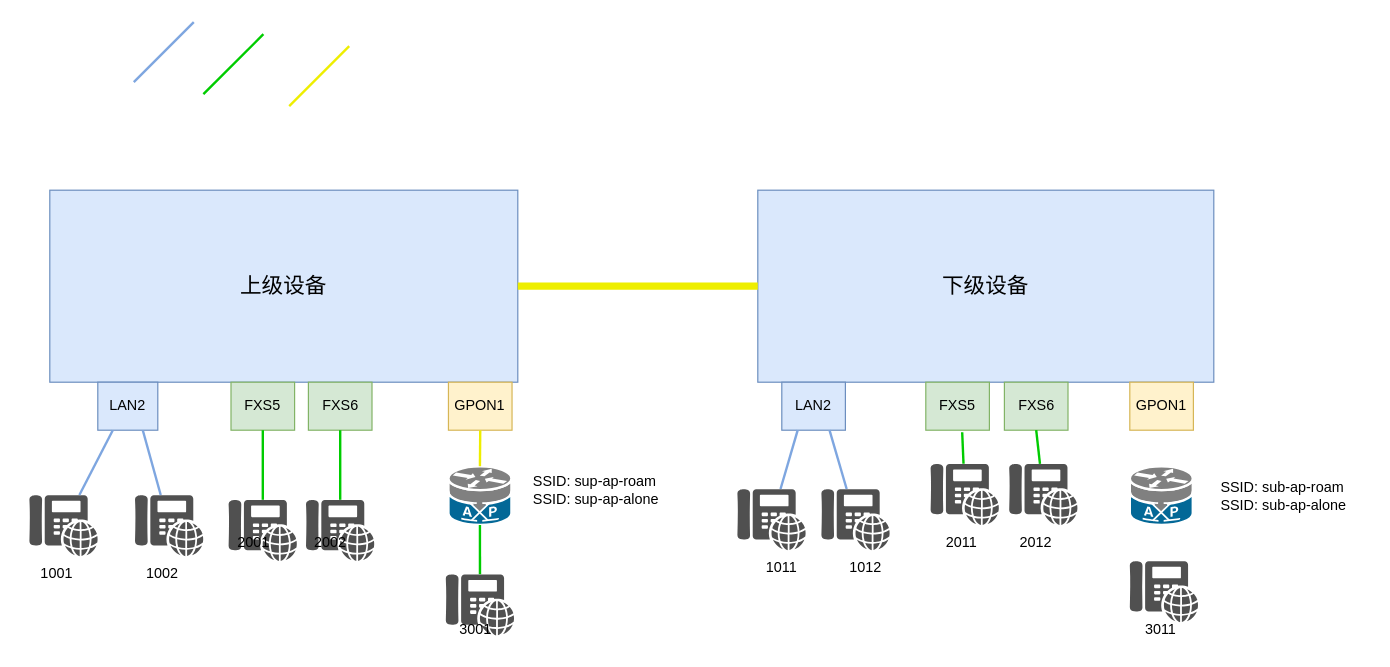
Earlier version of the draw.io diagram page "cascade_pbx_topo" (2 of 2) of f5g_mt7988.drawio (waterwatermelon/graph). Source tidied: cells renumbered, new cells numbered last; positions are measured from the earlier drawing's top-left corner, leaving out a move shared by most shapes. Both pictures are drawn from the tidied source at 120%, with x=0, y=0 at pixel (20, 22).
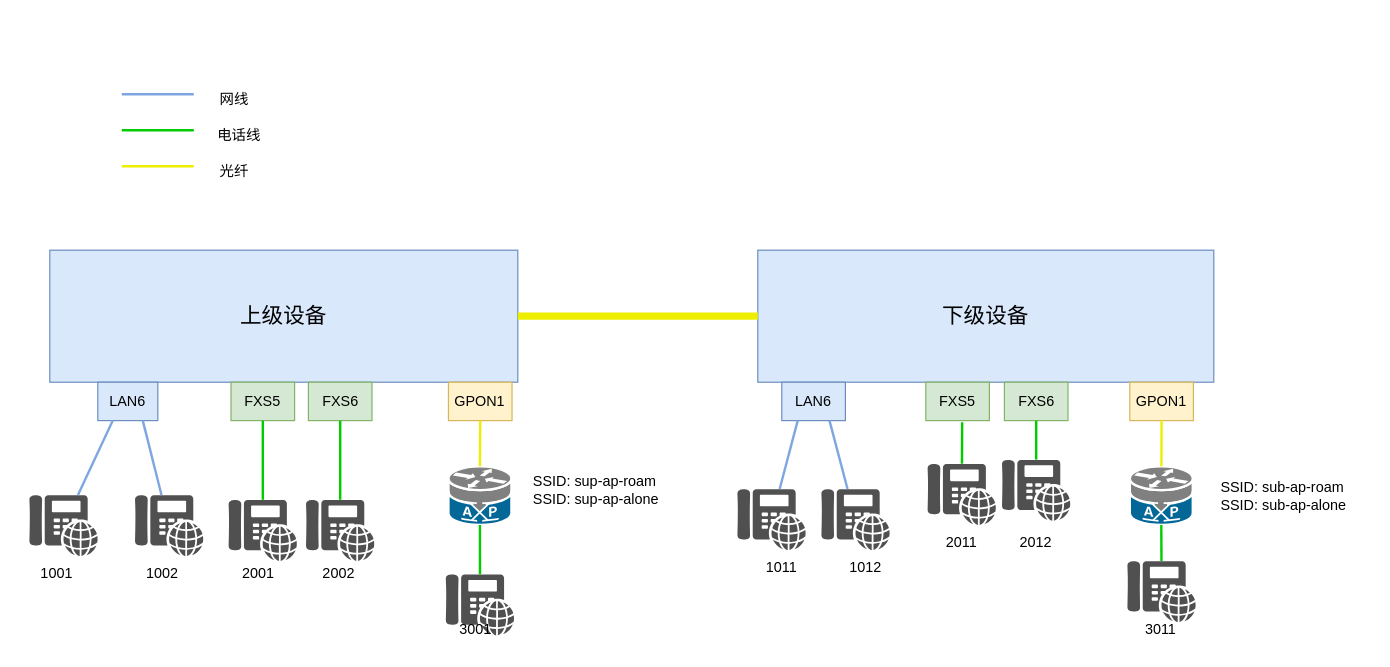
After the change.

Unchanged cells that the change refers to:
```xml
<mxCell id="15" style="shape=mxgraph.cisco.misc.axp;sketch=0;html=1;dashed=0;fillColor=#036897;strokeColor=#ffffff;strokeWidth=2;verticalLabelPosition=bottom;verticalAlign=top;align=center;outlineConnect=0;" parent="1" vertex="1">
  <mxGeometry x="924" y="370" width="52.5" height="49" as="geometry" />
</mxCell>
```

What changed in the source:
```diff
@@
     <mxCell id="2" value="&lt;font style=&quot;font-size: 18px;&quot;&gt;上级设备&lt;/font&gt;" style="rounded=0;whiteSpace=wrap;html=1;fillColor=#dae8fc;strokeColor=#6c8ebf;" parent="1" vertex="1">
-      <mxGeometry x="24" y="140" width="390" height="160" as="geometry" />
+      <mxGeometry x="24" y="190" width="390" height="110" as="geometry" />
     </mxCell>
     <mxCell id="3" value="&lt;font style=&quot;font-size: 18px;&quot;&gt;下级设备&lt;/font&gt;" style="rounded=0;whiteSpace=wrap;html=1;fillColor=#dae8fc;strokeColor=#6c8ebf;" parent="1" vertex="1">
-      <mxGeometry x="614" y="140" width="380" height="160" as="geometry" />
+      <mxGeometry x="614" y="190" width="380" height="110" as="geometry" />
     </mxCell>
@@
     <mxCell id="6" style="sketch=0;shadow=0;dashed=0;html=1;strokeColor=none;fillColor=#505050;labelPosition=center;verticalLabelPosition=bottom;verticalAlign=top;outlineConnect=0;align=center;shape=mxgraph.office.devices.phone_voip;" parent="1" vertex="1">
-      <mxGeometry x="758" y="368" width="57" height="51" as="geometry" />
+      <mxGeometry x="755.5" y="368" width="57" height="51" as="geometry" />
     </mxCell>
@@
     <mxCell id="8" style="sketch=0;shadow=0;dashed=0;html=1;strokeColor=none;fillColor=#505050;labelPosition=center;verticalLabelPosition=bottom;verticalAlign=top;outlineConnect=0;align=center;shape=mxgraph.office.devices.phone_voip;" parent="1" vertex="1">
-      <mxGeometry x="924" y="449" width="57" height="51" as="geometry" />
+      <mxGeometry x="922" y="449" width="57" height="51" as="geometry" />
     </mxCell>
@@
-    <mxCell id="10" value="LAN2" style="rounded=0;whiteSpace=wrap;html=1;fillColor=#dae8fc;strokeColor=#6c8ebf;" parent="1" vertex="1">
-      <mxGeometry x="64" y="300" width="50" height="40" as="geometry" />
+    <mxCell id="10" value="LAN6" style="rounded=0;whiteSpace=wrap;html=1;fillColor=#dae8fc;strokeColor=#6c8ebf;" parent="1" vertex="1">
+      <mxGeometry x="64" y="300" width="50" height="32" as="geometry" />
     </mxCell>
     <mxCell id="11" value="FXS5" style="rounded=0;whiteSpace=wrap;html=1;fillColor=#d5e8d4;strokeColor=#82b366;" parent="1" vertex="1">
-      <mxGeometry x="175" y="300" width="53" height="40" as="geometry" />
+      <mxGeometry x="175" y="300" width="53" height="32" as="geometry" />
     </mxCell>
-    <mxCell id="12" value="LAN2" style="rounded=0;whiteSpace=wrap;html=1;fillColor=#dae8fc;strokeColor=#6c8ebf;" parent="1" vertex="1">
-      <mxGeometry x="634" y="300" width="53" height="40" as="geometry" />
+    <mxCell id="12" value="LAN6" style="rounded=0;whiteSpace=wrap;html=1;fillColor=#dae8fc;strokeColor=#6c8ebf;" parent="1" vertex="1">
+      <mxGeometry x="634" y="300" width="53" height="32" as="geometry" />
     </mxCell>
     <mxCell id="13" value="FXS5" style="rounded=0;whiteSpace=wrap;html=1;fillColor=#d5e8d4;strokeColor=#82b366;" parent="1" vertex="1">
-      <mxGeometry x="754" y="300" width="53" height="40" as="geometry" />
+      <mxGeometry x="754" y="300" width="53" height="32" as="geometry" />
     </mxCell>
     <mxCell id="14" value="GPON1" style="rounded=0;whiteSpace=wrap;html=1;fillColor=#fff2cc;strokeColor=#d6b656;" parent="1" vertex="1">
-      <mxGeometry x="356.2" y="300" width="53" height="40" as="geometry" />
+      <mxGeometry x="356.2" y="300" width="53" height="32" as="geometry" />
     </mxCell>
@@
     <mxCell id="16" value="GPON1" style="rounded=0;whiteSpace=wrap;html=1;fillColor=#fff2cc;strokeColor=#d6b656;" parent="1" vertex="1">
-      <mxGeometry x="924" y="300" width="53" height="40" as="geometry" />
+      <mxGeometry x="924" y="300" width="53" height="32" as="geometry" />
     </mxCell>
@@
     <mxCell id="18" style="endArrow=none;html=1;rounded=0;strokeColor=#7EA6E0;strokeWidth=2;" parent="1" edge="1">
       <mxGeometry relative="1" as="geometry">
-        <mxPoint x="94" y="50" as="sourcePoint" />
-        <mxPoint x="144" as="targetPoint" />
+        <mxPoint x="84" y="60" as="sourcePoint" />
+        <mxPoint x="144" y="60" as="targetPoint" />
       </mxGeometry>
     </mxCell>
     <mxCell id="19" style="endArrow=none;html=1;rounded=0;strokeColor=#00CC00;strokeWidth=2;" parent="1" edge="1">
       <mxGeometry relative="1" as="geometry">
-        <mxPoint x="152" y="60" as="sourcePoint" />
-        <mxPoint x="202" y="10" as="targetPoint" />
+        <mxPoint x="84" y="90" as="sourcePoint" />
+        <mxPoint x="144" y="90" as="targetPoint" />
       </mxGeometry>
     </mxCell>
@@
     <mxCell id="21" value="2001" style="text;html=1;align=center;verticalAlign=middle;whiteSpace=wrap;rounded=0;" parent="1" vertex="1">
-      <mxGeometry x="163.5" y="419" width="60" height="30" as="geometry" />
+      <mxGeometry x="168" y="445" width="60" height="30" as="geometry" />
     </mxCell>
@@
     <mxCell id="23" value="FXS6" style="rounded=0;whiteSpace=wrap;html=1;fillColor=#d5e8d4;strokeColor=#82b366;" parent="1" vertex="1">
-      <mxGeometry x="239.5" y="300" width="53" height="40" as="geometry" />
+      <mxGeometry x="239.5" y="300" width="53" height="32" as="geometry" />
     </mxCell>
     <mxCell id="24" value="2002" style="text;html=1;align=center;verticalAlign=middle;whiteSpace=wrap;rounded=0;" parent="1" vertex="1">
-      <mxGeometry x="228" y="419" width="60" height="30" as="geometry" />
+      <mxGeometry x="234.5" y="445" width="60" height="30" as="geometry" />
     </mxCell>
@@
     <mxCell id="26" style="sketch=0;shadow=0;dashed=0;html=1;strokeColor=none;fillColor=#505050;labelPosition=center;verticalLabelPosition=bottom;verticalAlign=top;outlineConnect=0;align=center;shape=mxgraph.office.devices.phone_voip;" parent="1" vertex="1">
-      <mxGeometry x="823.5" y="368" width="57" height="51" as="geometry" />
+      <mxGeometry x="817.5" y="364.5" width="57" height="51" as="geometry" />
     </mxCell>
     <mxCell id="27" value="FXS6" style="rounded=0;whiteSpace=wrap;html=1;fillColor=#d5e8d4;strokeColor=#82b366;" parent="1" vertex="1">
-      <mxGeometry x="819.5" y="300" width="53" height="40" as="geometry" />
+      <mxGeometry x="819.5" y="300" width="53" height="32" as="geometry" />
     </mxCell>
@@
     <mxCell id="38" style="endArrow=none;html=1;rounded=0;strokeColor=#EEEE00;strokeWidth=2;shadow=0;" parent="1" edge="1">
       <mxGeometry relative="1" as="geometry">
-        <mxPoint x="223.5" y="70" as="sourcePoint" />
-        <mxPoint x="273.5" y="20" as="targetPoint" />
+        <mxPoint x="84" y="120" as="sourcePoint" />
+        <mxPoint x="144" y="120" as="targetPoint" />
       </mxGeometry>
     </mxCell>
@@
+    <mxCell id="50" style="endArrow=none;html=1;rounded=0;strokeColor=#EEEE00;strokeWidth=2;shadow=0;entryX=0.5;entryY=1;entryDx=0;entryDy=0;" parent="1" edge="1" source="15" target="16">
+      <mxGeometry relative="1" as="geometry" />
+    </mxCell>
+    <mxCell id="51" style="endArrow=none;html=1;rounded=0;strokeColor=#00CC00;strokeWidth=2;entryX=0.5;entryY=1;entryDx=0;entryDy=0;entryPerimeter=0;" parent="1" edge="1" source="8" target="15">
+      <mxGeometry relative="1" as="geometry" />
+    </mxCell>
+    <mxCell id="52" value="网线" style="text;html=1;align=center;verticalAlign=middle;whiteSpace=wrap;rounded=0;" parent="1" vertex="1">
+      <mxGeometry x="148" y="50" width="60" height="30" as="geometry" />
+    </mxCell>
+    <mxCell id="53" value="电话线" style="text;html=1;align=center;verticalAlign=middle;whiteSpace=wrap;rounded=0;" parent="1" vertex="1">
+      <mxGeometry x="152" y="80" width="60" height="30" as="geometry" />
+    </mxCell>
+    <mxCell id="54" value="光纤" style="text;html=1;align=center;verticalAlign=middle;whiteSpace=wrap;rounded=0;" parent="1" vertex="1">
+      <mxGeometry x="148" y="110" width="60" height="30" as="geometry" />
+    </mxCell>
```
